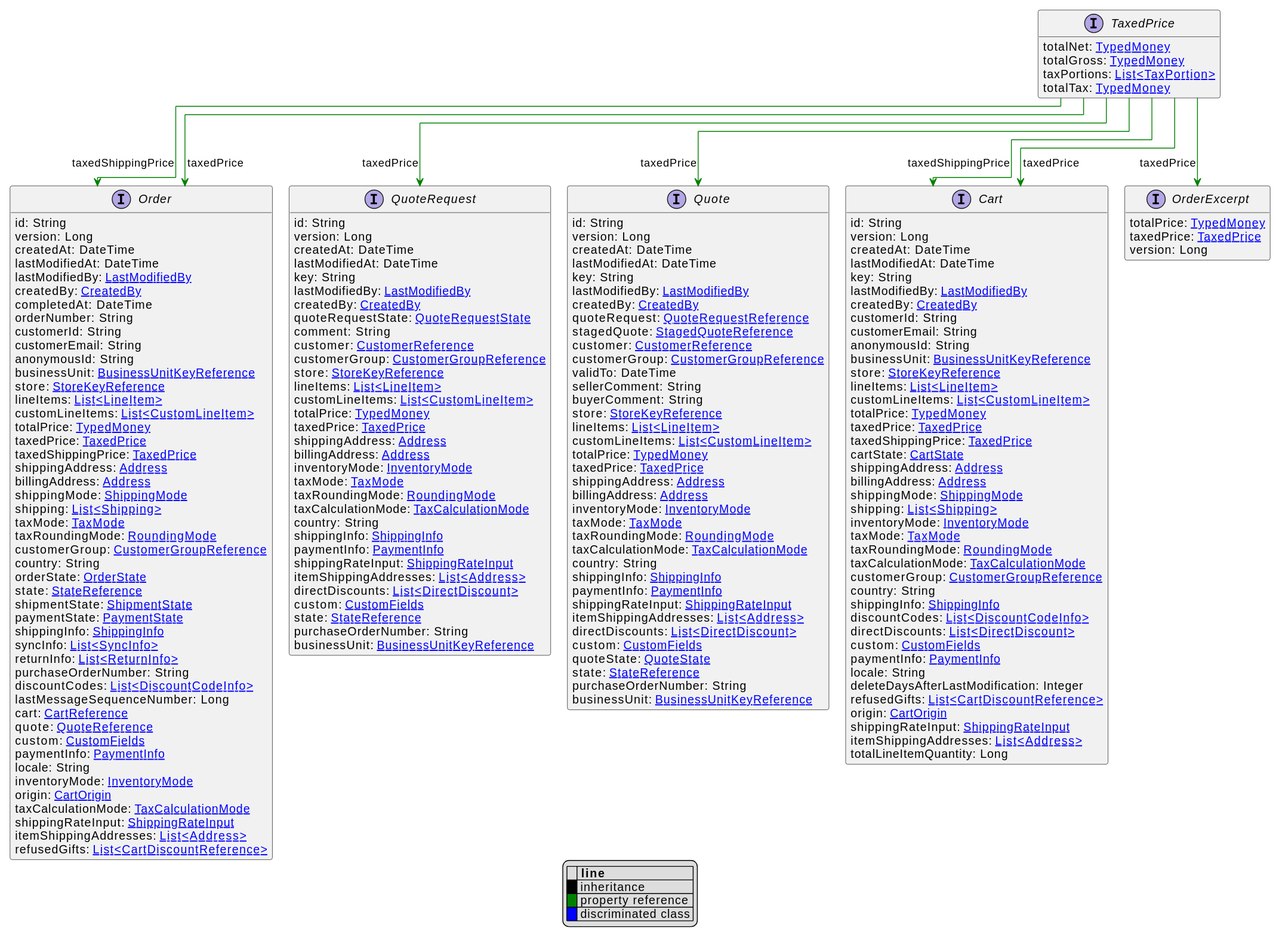
This is uml/api/svg/TaxedPrice.svg from commercetools/commercetools-api-reference, a PlantUML export, as it was before one commit. Source of this version:
```plantuml
@startuml
!pragma layout elk
hide empty fields
hide empty methods
legend
|= |= line |
|<back:black>   </back>| inheritance |
|<back:green>   </back>| property reference |
|<back:blue>   </back>| discriminated class |
endlegend
interface TaxedPrice [[TaxedPrice.svg]]  {
    totalNet: [[TypedMoney.svg TypedMoney]]
    totalGross: [[TypedMoney.svg TypedMoney]]
    taxPortions: [[TaxPortion.svg List<TaxPortion>]]
    totalTax: [[TypedMoney.svg TypedMoney]]
}



interface Cart [[Cart.svg]]  {
    id: String
    version: Long
    createdAt: DateTime
    lastModifiedAt: DateTime
    key: String
    lastModifiedBy: [[LastModifiedBy.svg LastModifiedBy]]
    createdBy: [[CreatedBy.svg CreatedBy]]
    customerId: String
    customerEmail: String
    anonymousId: String
    businessUnit: [[BusinessUnitKeyReference.svg BusinessUnitKeyReference]]
    store: [[StoreKeyReference.svg StoreKeyReference]]
    lineItems: [[LineItem.svg List<LineItem>]]
    customLineItems: [[CustomLineItem.svg List<CustomLineItem>]]
    totalPrice: [[TypedMoney.svg TypedMoney]]
    taxedPrice: [[TaxedPrice.svg TaxedPrice]]
    taxedShippingPrice: [[TaxedPrice.svg TaxedPrice]]
    cartState: [[CartState.svg CartState]]
    shippingAddress: [[Address.svg Address]]
    billingAddress: [[Address.svg Address]]
    shippingMode: [[ShippingMode.svg ShippingMode]]
    shipping: [[Shipping.svg List<Shipping>]]
    inventoryMode: [[InventoryMode.svg InventoryMode]]
    taxMode: [[TaxMode.svg TaxMode]]
    taxRoundingMode: [[RoundingMode.svg RoundingMode]]
    taxCalculationMode: [[TaxCalculationMode.svg TaxCalculationMode]]
    customerGroup: [[CustomerGroupReference.svg CustomerGroupReference]]
    country: String
    shippingInfo: [[ShippingInfo.svg ShippingInfo]]
    discountCodes: [[DiscountCodeInfo.svg List<DiscountCodeInfo>]]
    directDiscounts: [[DirectDiscount.svg List<DirectDiscount>]]
    custom: [[CustomFields.svg CustomFields]]
    paymentInfo: [[PaymentInfo.svg PaymentInfo]]
    locale: String
    deleteDaysAfterLastModification: Integer
    refusedGifts: [[CartDiscountReference.svg List<CartDiscountReference>]]
    origin: [[CartOrigin.svg CartOrigin]]
    shippingRateInput: [[ShippingRateInput.svg ShippingRateInput]]
    itemShippingAddresses: [[Address.svg List<Address>]]
    totalLineItemQuantity: Long
}
interface OrderExcerpt [[OrderExcerpt.svg]]  {
    totalPrice: [[TypedMoney.svg TypedMoney]]
    taxedPrice: [[TaxedPrice.svg TaxedPrice]]
    version: Long
}
interface Order [[Order.svg]]  {
    id: String
    version: Long
    createdAt: DateTime
    lastModifiedAt: DateTime
    lastModifiedBy: [[LastModifiedBy.svg LastModifiedBy]]
    createdBy: [[CreatedBy.svg CreatedBy]]
    completedAt: DateTime
    orderNumber: String
    customerId: String
    customerEmail: String
    anonymousId: String
    businessUnit: [[BusinessUnitKeyReference.svg BusinessUnitKeyReference]]
    store: [[StoreKeyReference.svg StoreKeyReference]]
    lineItems: [[LineItem.svg List<LineItem>]]
    customLineItems: [[CustomLineItem.svg List<CustomLineItem>]]
    totalPrice: [[TypedMoney.svg TypedMoney]]
    taxedPrice: [[TaxedPrice.svg TaxedPrice]]
    taxedShippingPrice: [[TaxedPrice.svg TaxedPrice]]
    shippingAddress: [[Address.svg Address]]
    billingAddress: [[Address.svg Address]]
    shippingMode: [[ShippingMode.svg ShippingMode]]
    shipping: [[Shipping.svg List<Shipping>]]
    taxMode: [[TaxMode.svg TaxMode]]
    taxRoundingMode: [[RoundingMode.svg RoundingMode]]
    customerGroup: [[CustomerGroupReference.svg CustomerGroupReference]]
    country: String
    orderState: [[OrderState.svg OrderState]]
    state: [[StateReference.svg StateReference]]
    shipmentState: [[ShipmentState.svg ShipmentState]]
    paymentState: [[PaymentState.svg PaymentState]]
    shippingInfo: [[ShippingInfo.svg ShippingInfo]]
    syncInfo: [[SyncInfo.svg List<SyncInfo>]]
    returnInfo: [[ReturnInfo.svg List<ReturnInfo>]]
    purchaseOrderNumber: String
    discountCodes: [[DiscountCodeInfo.svg List<DiscountCodeInfo>]]
    lastMessageSequenceNumber: Long
    cart: [[CartReference.svg CartReference]]
    quote: [[QuoteReference.svg QuoteReference]]
    custom: [[CustomFields.svg CustomFields]]
    paymentInfo: [[PaymentInfo.svg PaymentInfo]]
    locale: String
    inventoryMode: [[InventoryMode.svg InventoryMode]]
    origin: [[CartOrigin.svg CartOrigin]]
    taxCalculationMode: [[TaxCalculationMode.svg TaxCalculationMode]]
    shippingRateInput: [[ShippingRateInput.svg ShippingRateInput]]
    itemShippingAddresses: [[Address.svg List<Address>]]
    refusedGifts: [[CartDiscountReference.svg List<CartDiscountReference>]]
}
interface QuoteRequest [[QuoteRequest.svg]]  {
    id: String
    version: Long
    createdAt: DateTime
    lastModifiedAt: DateTime
    key: String
    lastModifiedBy: [[LastModifiedBy.svg LastModifiedBy]]
    createdBy: [[CreatedBy.svg CreatedBy]]
    quoteRequestState: [[QuoteRequestState.svg QuoteRequestState]]
    comment: String
    customer: [[CustomerReference.svg CustomerReference]]
    customerGroup: [[CustomerGroupReference.svg CustomerGroupReference]]
    store: [[StoreKeyReference.svg StoreKeyReference]]
    lineItems: [[LineItem.svg List<LineItem>]]
    customLineItems: [[CustomLineItem.svg List<CustomLineItem>]]
    totalPrice: [[TypedMoney.svg TypedMoney]]
    taxedPrice: [[TaxedPrice.svg TaxedPrice]]
    shippingAddress: [[Address.svg Address]]
    billingAddress: [[Address.svg Address]]
    inventoryMode: [[InventoryMode.svg InventoryMode]]
    taxMode: [[TaxMode.svg TaxMode]]
    taxRoundingMode: [[RoundingMode.svg RoundingMode]]
    taxCalculationMode: [[TaxCalculationMode.svg TaxCalculationMode]]
    country: String
    shippingInfo: [[ShippingInfo.svg ShippingInfo]]
    paymentInfo: [[PaymentInfo.svg PaymentInfo]]
    shippingRateInput: [[ShippingRateInput.svg ShippingRateInput]]
    itemShippingAddresses: [[Address.svg List<Address>]]
    directDiscounts: [[DirectDiscount.svg List<DirectDiscount>]]
    custom: [[CustomFields.svg CustomFields]]
    state: [[StateReference.svg StateReference]]
    purchaseOrderNumber: String
    businessUnit: [[BusinessUnitKeyReference.svg BusinessUnitKeyReference]]
}
interface Quote [[Quote.svg]]  {
    id: String
    version: Long
    createdAt: DateTime
    lastModifiedAt: DateTime
    key: String
    lastModifiedBy: [[LastModifiedBy.svg LastModifiedBy]]
    createdBy: [[CreatedBy.svg CreatedBy]]
    quoteRequest: [[QuoteRequestReference.svg QuoteRequestReference]]
    stagedQuote: [[StagedQuoteReference.svg StagedQuoteReference]]
    customer: [[CustomerReference.svg CustomerReference]]
    customerGroup: [[CustomerGroupReference.svg CustomerGroupReference]]
    validTo: DateTime
    sellerComment: String
    buyerComment: String
    store: [[StoreKeyReference.svg StoreKeyReference]]
    lineItems: [[LineItem.svg List<LineItem>]]
    customLineItems: [[CustomLineItem.svg List<CustomLineItem>]]
    totalPrice: [[TypedMoney.svg TypedMoney]]
    taxedPrice: [[TaxedPrice.svg TaxedPrice]]
    shippingAddress: [[Address.svg Address]]
    billingAddress: [[Address.svg Address]]
    inventoryMode: [[InventoryMode.svg InventoryMode]]
    taxMode: [[TaxMode.svg TaxMode]]
    taxRoundingMode: [[RoundingMode.svg RoundingMode]]
    taxCalculationMode: [[TaxCalculationMode.svg TaxCalculationMode]]
    country: String
    shippingInfo: [[ShippingInfo.svg ShippingInfo]]
    paymentInfo: [[PaymentInfo.svg PaymentInfo]]
    shippingRateInput: [[ShippingRateInput.svg ShippingRateInput]]
    itemShippingAddresses: [[Address.svg List<Address>]]
    directDiscounts: [[DirectDiscount.svg List<DirectDiscount>]]
    custom: [[CustomFields.svg CustomFields]]
    quoteState: [[QuoteState.svg QuoteState]]
    state: [[StateReference.svg StateReference]]
    purchaseOrderNumber: String
    businessUnit: [[BusinessUnitKeyReference.svg BusinessUnitKeyReference]]
}

TaxedPrice --> Cart #green;text:green : "taxedPrice"
TaxedPrice --> Cart #green;text:green : "taxedShippingPrice"
TaxedPrice --> OrderExcerpt #green;text:green : "taxedPrice"
TaxedPrice --> Order #green;text:green : "taxedPrice"
TaxedPrice --> Order #green;text:green : "taxedShippingPrice"
TaxedPrice --> QuoteRequest #green;text:green : "taxedPrice"
TaxedPrice --> Quote #green;text:green : "taxedPrice"
@enduml
```
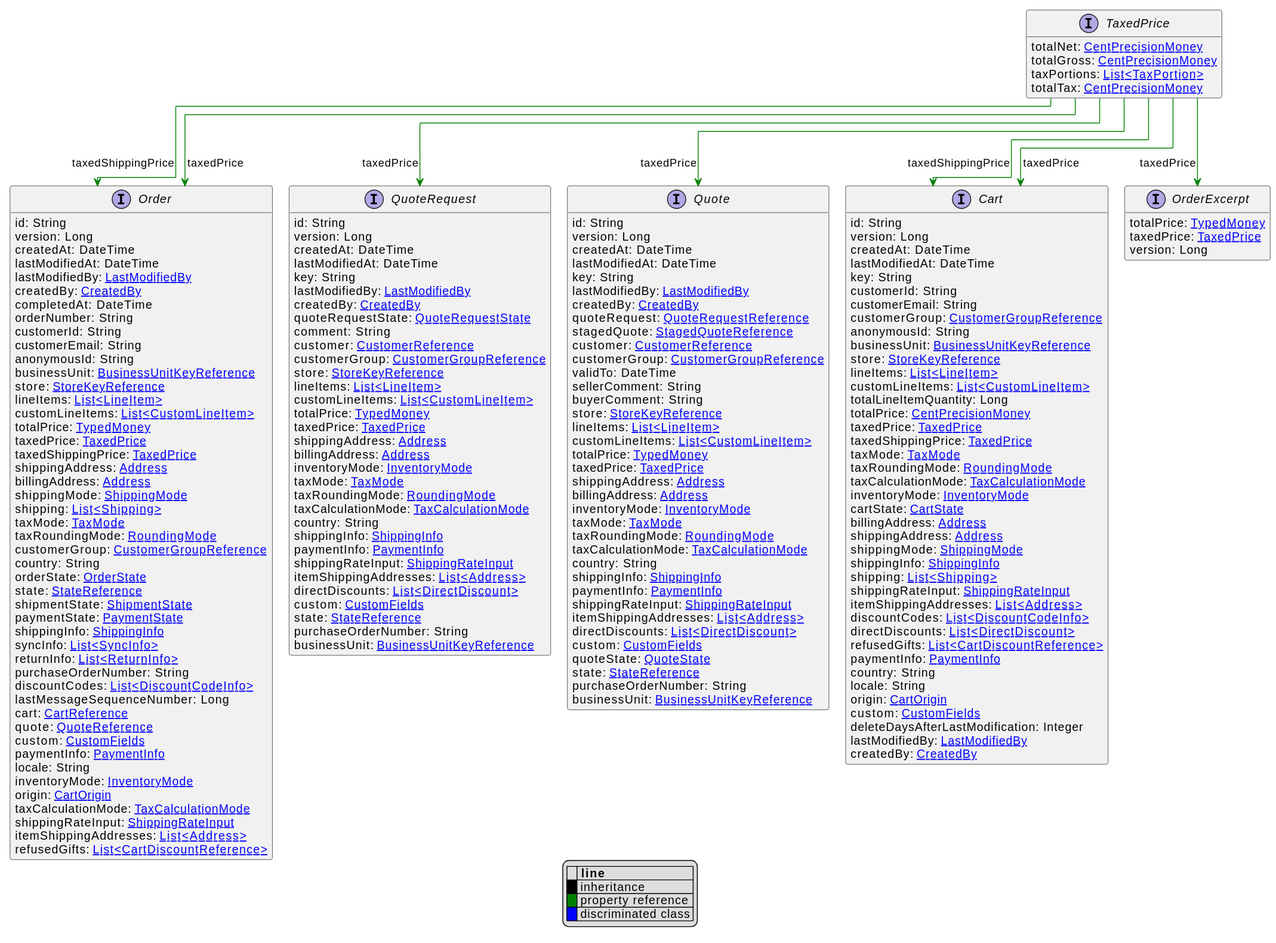
Above is the later version.

The edit, as a diff of the source:
```diff
@@ -9,10 +9,10 @@
 |<back:blue>   </back>| discriminated class |
 endlegend
 interface TaxedPrice [[TaxedPrice.svg]]  {
-    totalNet: [[TypedMoney.svg TypedMoney]]
-    totalGross: [[TypedMoney.svg TypedMoney]]
+    totalNet: [[CentPrecisionMoney.svg CentPrecisionMoney]]
+    totalGross: [[CentPrecisionMoney.svg CentPrecisionMoney]]
     taxPortions: [[TaxPortion.svg List<TaxPortion>]]
-    totalTax: [[TypedMoney.svg TypedMoney]]
+    totalTax: [[CentPrecisionMoney.svg CentPrecisionMoney]]
 }
 
 
@@ -23,41 +23,41 @@
     createdAt: DateTime
     lastModifiedAt: DateTime
     key: String
-    lastModifiedBy: [[LastModifiedBy.svg LastModifiedBy]]
-    createdBy: [[CreatedBy.svg CreatedBy]]
     customerId: String
     customerEmail: String
+    customerGroup: [[CustomerGroupReference.svg CustomerGroupReference]]
     anonymousId: String
     businessUnit: [[BusinessUnitKeyReference.svg BusinessUnitKeyReference]]
     store: [[StoreKeyReference.svg StoreKeyReference]]
     lineItems: [[LineItem.svg List<LineItem>]]
     customLineItems: [[CustomLineItem.svg List<CustomLineItem>]]
-    totalPrice: [[TypedMoney.svg TypedMoney]]
+    totalLineItemQuantity: Long
+    totalPrice: [[CentPrecisionMoney.svg CentPrecisionMoney]]
     taxedPrice: [[TaxedPrice.svg TaxedPrice]]
     taxedShippingPrice: [[TaxedPrice.svg TaxedPrice]]
-    cartState: [[CartState.svg CartState]]
-    shippingAddress: [[Address.svg Address]]
-    billingAddress: [[Address.svg Address]]
-    shippingMode: [[ShippingMode.svg ShippingMode]]
-    shipping: [[Shipping.svg List<Shipping>]]
-    inventoryMode: [[InventoryMode.svg InventoryMode]]
     taxMode: [[TaxMode.svg TaxMode]]
     taxRoundingMode: [[RoundingMode.svg RoundingMode]]
     taxCalculationMode: [[TaxCalculationMode.svg TaxCalculationMode]]
-    customerGroup: [[CustomerGroupReference.svg CustomerGroupReference]]
-    country: String
+    inventoryMode: [[InventoryMode.svg InventoryMode]]
+    cartState: [[CartState.svg CartState]]
+    billingAddress: [[Address.svg Address]]
+    shippingAddress: [[Address.svg Address]]
+    shippingMode: [[ShippingMode.svg ShippingMode]]
     shippingInfo: [[ShippingInfo.svg ShippingInfo]]
+    shipping: [[Shipping.svg List<Shipping>]]
+    shippingRateInput: [[ShippingRateInput.svg ShippingRateInput]]
+    itemShippingAddresses: [[Address.svg List<Address>]]
     discountCodes: [[DiscountCodeInfo.svg List<DiscountCodeInfo>]]
     directDiscounts: [[DirectDiscount.svg List<DirectDiscount>]]
+    refusedGifts: [[CartDiscountReference.svg List<CartDiscountReference>]]
+    paymentInfo: [[PaymentInfo.svg PaymentInfo]]
+    country: String
+    locale: String
+    origin: [[CartOrigin.svg CartOrigin]]
     custom: [[CustomFields.svg CustomFields]]
-    paymentInfo: [[PaymentInfo.svg PaymentInfo]]
-    locale: String
     deleteDaysAfterLastModification: Integer
-    refusedGifts: [[CartDiscountReference.svg List<CartDiscountReference>]]
-    origin: [[CartOrigin.svg CartOrigin]]
-    shippingRateInput: [[ShippingRateInput.svg ShippingRateInput]]
-    itemShippingAddresses: [[Address.svg List<Address>]]
-    totalLineItemQuantity: Long
+    lastModifiedBy: [[LastModifiedBy.svg LastModifiedBy]]
+    createdBy: [[CreatedBy.svg CreatedBy]]
 }
 interface OrderExcerpt [[OrderExcerpt.svg]]  {
     totalPrice: [[TypedMoney.svg TypedMoney]]
```
